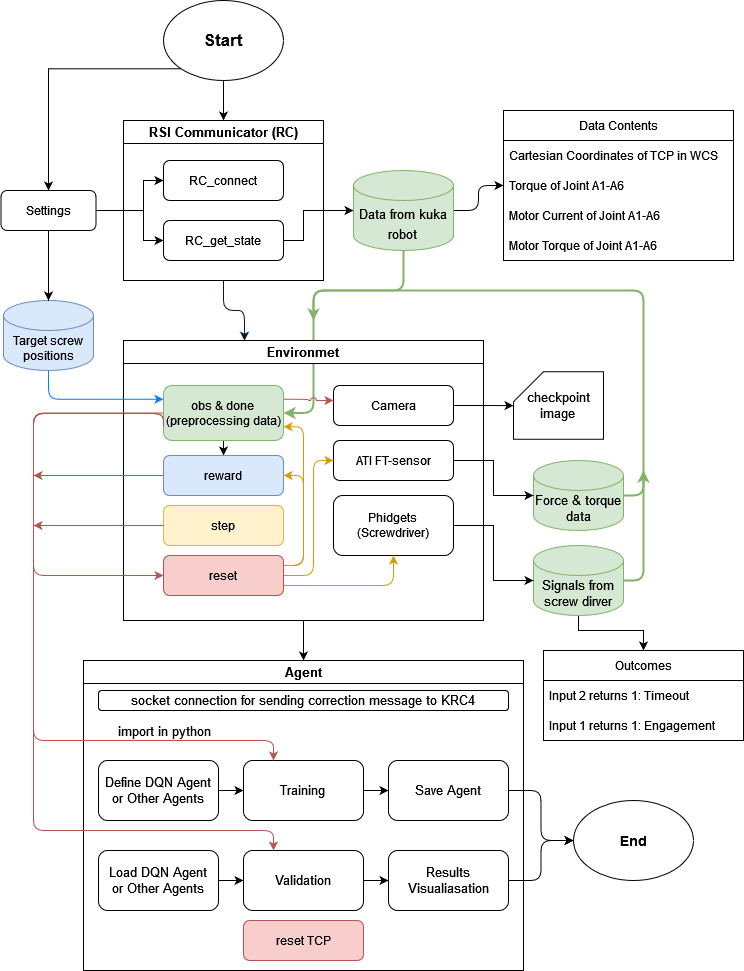
The draw.io diagram New_Worflow.png in TONiiV/flowcharts, before a commit. Source tidied: cells renumbered, new cells last; positions are measured from the earlier drawing's top-left corner, leaving out a move shared by most shapes.
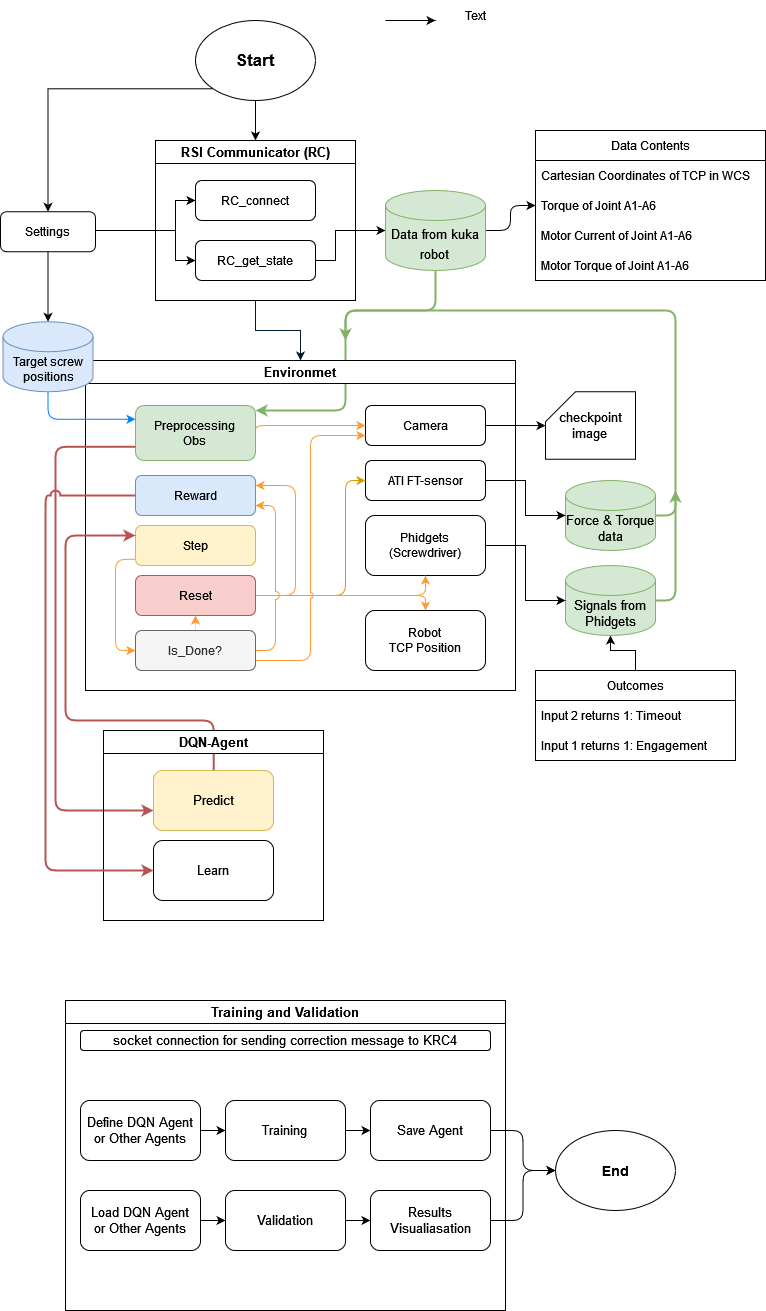
After the commit.

Diff of the diagram source:
```diff
@@ -27,3 +27,3 @@
     </mxCell>
-    <mxCell id="8" style="edgeStyle=orthogonalEdgeStyle;rounded=1;jettySize=auto;html=1;entryX=1;entryY=0.5;entryDx=0;entryDy=0;fontSize=13;fillColor=#d5e8d4;strokeColor=#82b366;strokeWidth=2;exitX=0.5;exitY=1;exitDx=0;exitDy=0;exitPerimeter=0;" parent="1" edge="1" source="10" target="19">
+    <mxCell id="8" style="edgeStyle=orthogonalEdgeStyle;rounded=1;jettySize=auto;html=1;fontSize=13;fillColor=#d5e8d4;strokeColor=#82b366;strokeWidth=2;exitX=0.5;exitY=1;exitDx=0;exitDy=0;exitPerimeter=0;" parent="1" edge="1" source="10" target="19">
       <mxGeometry relative="1" as="geometry">
@@ -32,3 +32,3 @@
           <mxPoint x="312" y="290" />
-          <mxPoint x="312" y="413" />
+          <mxPoint x="312" y="390" />
         </Array>
@@ -42,34 +42,18 @@
     </mxCell>
-    <mxCell id="11" style="edgeStyle=orthogonalEdgeStyle;rounded=0;jettySize=auto;html=1;fontSize=13;" parent="1" edge="1" source="12" target="34">
-      <mxGeometry relative="1" as="geometry" />
-    </mxCell>
     <mxCell id="12" value="Environmet" style="swimlane;fontSize=13;" parent="1" vertex="1">
-      <mxGeometry x="122" y="340" width="360" height="280" as="geometry" />
+      <mxGeometry x="52" y="340" width="430" height="330" as="geometry" />
     </mxCell>
     <mxCell id="13" value="Camera" style="rounded=1;whiteSpace=wrap;html=1;fontSize=12;glass=0;strokeWidth=1;shadow=0;" parent="12" vertex="1">
-      <mxGeometry x="210" y="45" width="120" height="40" as="geometry" />
+      <mxGeometry x="280" y="45" width="120" height="40" as="geometry" />
     </mxCell>
     <mxCell id="14" value="ATI FT-sensor" style="rounded=1;whiteSpace=wrap;html=1;fontSize=12;glass=0;strokeWidth=1;shadow=0;" parent="12" vertex="1">
-      <mxGeometry x="210" y="100" width="120" height="40" as="geometry" />
+      <mxGeometry x="280" y="100" width="120" height="40" as="geometry" />
     </mxCell>
     <mxCell id="15" value="&lt;div&gt;Phidgets &lt;br&gt;&lt;/div&gt;&lt;div&gt;(Screwdriver)&lt;/div&gt;" style="rounded=1;whiteSpace=wrap;html=1;fontSize=12;glass=0;strokeWidth=1;shadow=0;" parent="12" vertex="1">
-      <mxGeometry x="210" y="155" width="120" height="60" as="geometry" />
+      <mxGeometry x="280" y="155" width="120" height="60" as="geometry" />
     </mxCell>
-    <mxCell id="16" style="edgeStyle=orthogonalEdgeStyle;rounded=0;jettySize=auto;html=1;exitX=0.5;exitY=1;exitDx=0;exitDy=0;entryX=0.5;entryY=0;entryDx=0;entryDy=0;fontSize=13;strokeWidth=1;" parent="12" edge="1" source="19" target="20">
-      <mxGeometry relative="1" as="geometry" />
-    </mxCell>
-    <mxCell id="17" style="edgeStyle=orthogonalEdgeStyle;rounded=1;jettySize=auto;html=1;exitX=0;exitY=0.75;exitDx=0;exitDy=0;entryX=0;entryY=0.5;entryDx=0;entryDy=0;fontSize=14;strokeWidth=1;fillColor=#f8cecc;strokeColor=#b85450;" parent="12" edge="1" source="19" target="26">
-      <mxGeometry relative="1" as="geometry">
-        <Array as="points">
-          <mxPoint x="40" y="73" />
-          <mxPoint x="-90" y="73" />
-          <mxPoint x="-90" y="235" />
-        </Array>
-      </mxGeometry>
-    </mxCell>
-    <mxCell id="18" style="edgeStyle=orthogonalEdgeStyle;rounded=1;jettySize=auto;html=1;exitX=1;exitY=0.25;exitDx=0;exitDy=0;strokeColor=#b85450;fillColor=#f8cecc;jumpStyle=arc;" parent="12" edge="1" source="19" target="13">
+    <mxCell id="18" style="edgeStyle=orthogonalEdgeStyle;rounded=1;jumpStyle=arc;jumpSize=8;jettySize=auto;html=1;exitX=1;exitY=0.5;exitDx=0;exitDy=0;strokeColor=#FF9933;strokeWidth=1;" parent="12" edge="1" source="19" target="13">
       <mxGeometry relative="1" as="geometry">
         <Array as="points">
-          <mxPoint x="185" y="59" />
-          <mxPoint x="185" y="60" />
+          <mxPoint x="170" y="65" />
         </Array>
@@ -77,33 +61,75 @@
     </mxCell>
-    <mxCell id="19" value="&lt;div&gt;obs &amp;amp; done&lt;br&gt;&lt;/div&gt;&lt;div&gt;(preprocessing data)&lt;/div&gt;" style="rounded=1;whiteSpace=wrap;html=1;fontSize=12;glass=0;strokeWidth=1;shadow=0;fillColor=#d5e8d4;strokeColor=#82b366;" parent="12" vertex="1">
-      <mxGeometry x="40" y="45" width="120" height="55" as="geometry" />
+    <mxCell id="19" value="&lt;div&gt;Preprocessing &lt;br&gt;&lt;/div&gt;&lt;div&gt;Obs &lt;br&gt;&lt;/div&gt;" style="rounded=1;whiteSpace=wrap;html=1;fontSize=12;glass=0;strokeWidth=1;shadow=0;fillColor=#d5e8d4;strokeColor=#82b366;" parent="12" vertex="1">
+      <mxGeometry x="50" y="45" width="120" height="55" as="geometry" />
     </mxCell>
-    <mxCell id="20" value="reward" style="rounded=1;whiteSpace=wrap;html=1;fontSize=12;glass=0;strokeWidth=1;shadow=0;fillColor=#dae8fc;strokeColor=#6c8ebf;" parent="12" vertex="1">
-      <mxGeometry x="40" y="115" width="120" height="40" as="geometry" />
+    <mxCell id="20" value="Reward" style="rounded=1;whiteSpace=wrap;html=1;fontSize=12;glass=0;strokeWidth=1;shadow=0;fillColor=#dae8fc;strokeColor=#6c8ebf;" parent="12" vertex="1">
+      <mxGeometry x="50" y="115" width="120" height="40" as="geometry" />
     </mxCell>
+    <mxCell id="73" style="edgeStyle=orthogonalEdgeStyle;rounded=1;jettySize=auto;html=1;entryX=0;entryY=0.5;entryDx=0;entryDy=0;strokeColor=#FF9933;exitX=0.005;exitY=0.845;exitDx=0;exitDy=0;exitPerimeter=0;" parent="12" edge="1" source="21" target="78">
+      <mxGeometry relative="1" as="geometry" />
+    </mxCell>
-    <mxCell id="21" value="step" style="rounded=1;whiteSpace=wrap;html=1;fontSize=12;glass=0;strokeWidth=1;shadow=0;fillColor=#fff2cc;strokeColor=#d6b656;" parent="12" vertex="1">
-      <mxGeometry x="40" y="165" width="120" height="40" as="geometry" />
+    <mxCell id="21" value="Step" style="rounded=1;whiteSpace=wrap;html=1;fontSize=12;glass=0;strokeWidth=1;shadow=0;fillColor=#fff2cc;strokeColor=#d6b656;" parent="12" vertex="1">
+      <mxGeometry x="50" y="165" width="120" height="40" as="geometry" />
     </mxCell>
+    <mxCell id="24" style="edgeStyle=orthogonalEdgeStyle;rounded=1;jettySize=auto;html=1;exitX=1;exitY=0.5;exitDx=0;exitDy=0;entryX=0;entryY=0.5;entryDx=0;entryDy=0;fontSize=13;strokeWidth=1;fillColor=#ffe6cc;strokeColor=#d79b00;" parent="12" edge="1" source="26" target="14">
+      <mxGeometry relative="1" as="geometry">
+        <Array as="points">
+          <mxPoint x="260" y="235" />
+          <mxPoint x="260" y="120" />
+        </Array>
+      </mxGeometry>
+    </mxCell>
-    <mxCell id="22" style="edgeStyle=orthogonalEdgeStyle;rounded=1;jettySize=auto;html=1;exitX=1;exitY=0.25;exitDx=0;exitDy=0;entryX=1;entryY=0.5;entryDx=0;entryDy=0;fontSize=13;strokeWidth=1;fillColor=#ffe6cc;strokeColor=#d79b00;" parent="12" edge="1" source="26" target="20">
-      <mxGeometry relative="1" as="geometry" />
+    <mxCell id="22" style="edgeStyle=orthogonalEdgeStyle;rounded=1;jettySize=auto;html=1;exitX=1;exitY=0.5;exitDx=0;exitDy=0;entryX=1;entryY=0.25;entryDx=0;entryDy=0;strokeColor=#FF9933;" parent="12" edge="1" source="26" target="20">
+      <mxGeometry relative="1" as="geometry">
+        <Array as="points">
+          <mxPoint x="210" y="235" />
+          <mxPoint x="210" y="125" />
+        </Array>
+      </mxGeometry>
     </mxCell>
-    <mxCell id="23" style="edgeStyle=orthogonalEdgeStyle;rounded=1;jettySize=auto;html=1;exitX=1;exitY=0.75;exitDx=0;exitDy=0;entryX=0.5;entryY=1;entryDx=0;entryDy=0;fontSize=13;strokeWidth=1;fillColor=#ffe6cc;strokeColor=#d79b00;" parent="12" edge="1" source="26" target="15">
+    <mxCell id="23" style="edgeStyle=orthogonalEdgeStyle;rounded=1;jettySize=auto;html=1;exitX=1;exitY=0.5;exitDx=0;exitDy=0;entryX=0.5;entryY=1;entryDx=0;entryDy=0;strokeColor=#FF9933;" parent="12" edge="1" source="26" target="15">
       <mxGeometry relative="1" as="geometry" />
     </mxCell>
-    <mxCell id="24" style="edgeStyle=orthogonalEdgeStyle;rounded=1;jettySize=auto;html=1;exitX=1;exitY=0.5;exitDx=0;exitDy=0;entryX=0;entryY=0.5;entryDx=0;entryDy=0;fontSize=13;strokeWidth=1;fillColor=#ffe6cc;strokeColor=#d79b00;" parent="12" edge="1" source="26" target="14">
-      <mxGeometry relative="1" as="geometry">
-        <Array as="points">
-          <mxPoint x="190" y="235" />
-          <mxPoint x="190" y="120" />
-        </Array>
-      </mxGeometry>
-    </mxCell>
-    <mxCell id="25" style="edgeStyle=orthogonalEdgeStyle;rounded=1;jettySize=auto;html=1;exitX=1;exitY=0.25;exitDx=0;exitDy=0;entryX=1;entryY=0.75;entryDx=0;entryDy=0;strokeColor=#d79b00;fillColor=#ffe6cc;" parent="12" edge="1" source="26" target="19">
-      <mxGeometry relative="1" as="geometry" />
-    </mxCell>
+    <mxCell id="74" style="edgeStyle=orthogonalEdgeStyle;rounded=1;jettySize=auto;html=1;exitX=1;exitY=0.5;exitDx=0;exitDy=0;entryX=0.5;entryY=0;entryDx=0;entryDy=0;strokeColor=#FF9933;" parent="12" edge="1" source="26" target="79">
+      <mxGeometry relative="1" as="geometry">
+        <Array as="points">
+          <mxPoint x="340" y="235" />
+        </Array>
+      </mxGeometry>
+    </mxCell>
-    <mxCell id="26" value="reset" style="rounded=1;whiteSpace=wrap;html=1;fontSize=12;glass=0;strokeWidth=1;shadow=0;fillColor=#f8cecc;strokeColor=#b85450;" parent="12" vertex="1">
-      <mxGeometry x="40" y="215" width="120" height="40" as="geometry" />
+    <mxCell id="26" value="Reset" style="rounded=1;whiteSpace=wrap;html=1;fontSize=12;glass=0;strokeWidth=1;shadow=0;fillColor=#f8cecc;strokeColor=#b85450;" parent="12" vertex="1">
+      <mxGeometry x="50" y="215" width="120" height="40" as="geometry" />
     </mxCell>
+    <mxCell id="75" style="edgeStyle=orthogonalEdgeStyle;rounded=1;jettySize=auto;html=1;exitX=1;exitY=0.75;exitDx=0;exitDy=0;entryX=0;entryY=0.75;entryDx=0;entryDy=0;strokeColor=#FF9933;jumpStyle=arc;" parent="12" edge="1" source="78" target="13">
+      <mxGeometry relative="1" as="geometry">
+        <Array as="points">
+          <mxPoint x="225" y="300" />
+          <mxPoint x="225" y="75" />
+        </Array>
+      </mxGeometry>
+    </mxCell>
+    <mxCell id="76" style="edgeStyle=orthogonalEdgeStyle;rounded=1;jettySize=auto;html=1;exitX=0.5;exitY=0;exitDx=0;exitDy=0;entryX=0.5;entryY=1;entryDx=0;entryDy=0;strokeColor=#FF9933;dashed=1;dashPattern=1 2;" parent="12" edge="1" source="78" target="26">
+      <mxGeometry relative="1" as="geometry" />
+    </mxCell>
+    <mxCell id="77" style="edgeStyle=orthogonalEdgeStyle;rounded=1;jumpStyle=arc;jumpSize=8;jettySize=auto;html=1;exitX=1;exitY=0.5;exitDx=0;exitDy=0;entryX=1;entryY=0.75;entryDx=0;entryDy=0;strokeColor=#FF9933;" parent="12" edge="1" source="78" target="20">
+      <mxGeometry relative="1" as="geometry">
+        <Array as="points">
+          <mxPoint x="190" y="290" />
+          <mxPoint x="190" y="145" />
+        </Array>
+      </mxGeometry>
+    </mxCell>
+    <mxCell id="78" value="Is_Done?" style="rounded=1;whiteSpace=wrap;html=1;fontSize=12;glass=0;strokeWidth=1;shadow=0;fillColor=#f5f5f5;strokeColor=#666666;fontColor=#333333;" parent="12" vertex="1">
+      <mxGeometry x="50" y="270" width="120" height="40" as="geometry" />
+    </mxCell>
+    <mxCell id="79" value="&lt;div&gt;Robot&lt;/div&gt;&lt;div&gt;TCP Position&lt;br&gt;&lt;/div&gt;" style="rounded=1;whiteSpace=wrap;html=1;fontSize=12;glass=0;strokeWidth=1;shadow=0;" parent="12" vertex="1">
+      <mxGeometry x="280" y="250" width="120" height="60" as="geometry" />
+    </mxCell>
-    <mxCell id="27" style="edgeStyle=orthogonalEdgeStyle;rounded=1;jumpStyle=arc;jettySize=auto;html=1;exitX=0.5;exitY=1;exitDx=0;exitDy=0;entryX=0.336;entryY=0.001;entryDx=0;entryDy=0;entryPerimeter=0;strokeColor=#001933;" parent="1" edge="1" source="28" target="12">
-      <mxGeometry relative="1" as="geometry" />
+    <mxCell id="27" style="edgeStyle=orthogonalEdgeStyle;rounded=0;jumpStyle=arc;jettySize=auto;html=1;exitX=0.5;exitY=1;exitDx=0;exitDy=0;entryX=0.5;entryY=0;entryDx=0;entryDy=0;strokeColor=#001933;" parent="1" edge="1" source="28" target="12">
+      <mxGeometry relative="1" as="geometry">
+        <Array as="points">
+          <mxPoint x="222" y="310" />
+          <mxPoint x="267" y="310" />
+        </Array>
+      </mxGeometry>
     </mxCell>
@@ -123,3 +149,3 @@
     </mxCell>
-    <mxCell id="30" value="Force &amp;amp; torque data" style="shape=cylinder3;whiteSpace=wrap;html=1;boundedLbl=1;backgroundOutline=1;size=15;fontSize=13;fillColor=#d5e8d4;strokeColor=#82b366;" parent="1" vertex="1">
+    <mxCell id="30" value="Force &amp;amp; Torque data" style="shape=cylinder3;whiteSpace=wrap;html=1;boundedLbl=1;backgroundOutline=1;size=15;fontSize=13;fillColor=#d5e8d4;strokeColor=#82b366;" parent="1" vertex="1">
       <mxGeometry x="532" y="460" width="90" height="70" as="geometry" />
@@ -135,4 +161,4 @@
     </mxCell>
-    <mxCell id="34" value="Agent" style="swimlane;fontSize=13;" parent="1" vertex="1">
-      <mxGeometry x="82" y="660" width="440" height="310" as="geometry" />
+    <mxCell id="34" value="Training and Validation" style="swimlane;fontSize=13;" parent="1" vertex="1">
+      <mxGeometry x="32" y="980" width="440" height="310" as="geometry" />
     </mxCell>
@@ -171,41 +197,4 @@
     </mxCell>
-    <mxCell id="46" value="reset TCP" style="rounded=1;whiteSpace=wrap;html=1;fontSize=12;glass=0;strokeWidth=1;shadow=0;fillColor=#f8cecc;strokeColor=#b85450;" parent="34" vertex="1">
-      <mxGeometry x="160" y="260" width="120" height="40" as="geometry" />
-    </mxCell>
-    <mxCell id="47" style="edgeStyle=orthogonalEdgeStyle;rounded=1;jettySize=auto;html=1;exitX=0;exitY=0.5;exitDx=0;exitDy=0;entryX=0.25;entryY=0;entryDx=0;entryDy=0;fontSize=13;strokeWidth=1;fillColor=#f8cecc;strokeColor=#b85450;" parent="1" edge="1" source="19" target="38">
-      <mxGeometry relative="1" as="geometry">
-        <Array as="points">
-          <mxPoint x="32" y="413" />
-          <mxPoint x="32" y="740" />
-          <mxPoint x="272" y="740" />
-        </Array>
-      </mxGeometry>
-    </mxCell>
-    <mxCell id="48" value="import in python " style="edgeLabel;html=1;align=center;verticalAlign=middle;fontSize=13;" parent="47" vertex="1">
-      <mxGeometry x="-0.74" y="4" relative="1" as="geometry">
-        <mxPoint x="95" y="314" as="offset" />
-      </mxGeometry>
-    </mxCell>
-    <mxCell id="49" style="edgeStyle=orthogonalEdgeStyle;rounded=1;jettySize=auto;html=1;fontSize=13;strokeWidth=1;fillColor=#f8cecc;strokeColor=#b85450;" parent="1" edge="1" source="20">
-      <mxGeometry relative="1" as="geometry">
-        <mxPoint x="32" y="475" as="targetPoint" />
-      </mxGeometry>
-    </mxCell>
-    <mxCell id="50" style="edgeStyle=orthogonalEdgeStyle;rounded=1;jettySize=auto;html=1;exitX=0;exitY=0.5;exitDx=0;exitDy=0;fontSize=13;strokeWidth=1;fillColor=#f8cecc;strokeColor=#b85450;" parent="1" edge="1" source="21">
-      <mxGeometry relative="1" as="geometry">
-        <mxPoint x="32" y="525" as="targetPoint" />
-      </mxGeometry>
-    </mxCell>
-    <mxCell id="51" style="edgeStyle=orthogonalEdgeStyle;rounded=1;jettySize=auto;html=1;exitX=0;exitY=0.75;exitDx=0;exitDy=0;entryX=0.25;entryY=0;entryDx=0;entryDy=0;fontSize=13;strokeWidth=1;fillColor=#f8cecc;strokeColor=#b85450;" parent="1" edge="1" source="19" target="44">
-      <mxGeometry relative="1" as="geometry">
-        <Array as="points">
-          <mxPoint x="162" y="413" />
-          <mxPoint x="32" y="413" />
-          <mxPoint x="32" y="830" />
-          <mxPoint x="272" y="830" />
-        </Array>
-      </mxGeometry>
-    </mxCell>
     <mxCell id="52" value="&lt;b&gt;&lt;font style=&quot;font-size: 14px&quot;&gt;End&lt;/font&gt;&lt;/b&gt;" style="ellipse;whiteSpace=wrap;html=1;" parent="1" vertex="1">
-      <mxGeometry x="572" y="800" width="120" height="80" as="geometry" />
+      <mxGeometry x="522" y="1110" width="120" height="80" as="geometry" />
     </mxCell>
@@ -236,3 +225,3 @@
     <mxCell id="61" value="Target screw positions" style="shape=cylinder3;whiteSpace=wrap;html=1;boundedLbl=1;backgroundOutline=1;size=15;fillColor=#dae8fc;strokeColor=#6c8ebf;" parent="1" vertex="1">
-      <mxGeometry x="2" y="300" width="90" height="70" as="geometry" />
+      <mxGeometry x="-30.5" y="301.2" width="90" height="70" as="geometry" />
     </mxCell>
@@ -243,7 +232,7 @@
     </mxCell>
-    <mxCell id="63" style="edgeStyle=orthogonalEdgeStyle;rounded=0;jettySize=auto;html=1;exitX=0.5;exitY=1;exitDx=0;exitDy=0;exitPerimeter=0;strokeWidth=1;" parent="1" edge="1" source="64" target="66">
+    <mxCell id="63" style="edgeStyle=orthogonalEdgeStyle;rounded=0;jettySize=auto;html=1;exitX=0.5;exitY=0;exitDx=0;exitDy=0;strokeWidth=1;entryX=0.5;entryY=1;entryDx=0;entryDy=0;entryPerimeter=0;" parent="1" edge="1" source="66" target="64">
       <mxGeometry relative="1" as="geometry">
         <Array as="points">
+          <mxPoint x="602" y="630" />
           <mxPoint x="577" y="630" />
-          <mxPoint x="642" y="630" />
         </Array>
@@ -251,3 +240,3 @@
     </mxCell>
-    <mxCell id="64" value="Signals from screw dirver" style="shape=cylinder3;whiteSpace=wrap;html=1;boundedLbl=1;backgroundOutline=1;size=15;fontSize=13;fillColor=#d5e8d4;strokeColor=#82b366;" parent="1" vertex="1">
+    <mxCell id="64" value="Signals from Phidgets" style="shape=cylinder3;whiteSpace=wrap;html=1;boundedLbl=1;backgroundOutline=1;size=15;fontSize=13;fillColor=#d5e8d4;strokeColor=#82b366;" parent="1" vertex="1">
       <mxGeometry x="532" y="545" width="90" height="70" as="geometry" />
@@ -258,3 +247,3 @@
     <mxCell id="66" value="Outcomes" style="swimlane;fontStyle=0;horizontal=1;startSize=30;fontSize=12;" parent="1" vertex="1">
-      <mxGeometry x="542" y="650" width="200" height="90" as="geometry" />
+      <mxGeometry x="502" y="650" width="200" height="90" as="geometry" />
     </mxCell>
@@ -286,4 +275,51 @@
     <mxCell id="72" value="Settings" style="rounded=1;whiteSpace=wrap;html=1;" parent="1" vertex="1">
-      <mxGeometry x="-0.5" y="190" width="95" height="40" as="geometry" />
+      <mxGeometry x="-33" y="191.2" width="95" height="40" as="geometry" />
     </mxCell>
+    <mxCell id="80" style="edgeStyle=orthogonalEdgeStyle;rounded=1;jumpStyle=arc;jumpSize=8;jettySize=auto;html=1;exitX=0;exitY=0.75;exitDx=0;exitDy=0;strokeColor=#b85450;fillColor=#f8cecc;strokeWidth=2;" parent="1" edge="1" source="19" target="83">
+      <mxGeometry relative="1" as="geometry">
+        <Array as="points">
+          <mxPoint x="22" y="426" />
+          <mxPoint x="22" y="790" />
+        </Array>
+      </mxGeometry>
+    </mxCell>
+    <mxCell id="81" style="edgeStyle=orthogonalEdgeStyle;rounded=1;jumpStyle=arc;jumpSize=8;jettySize=auto;html=1;exitX=0.502;exitY=0.024;exitDx=0;exitDy=0;entryX=0;entryY=0.25;entryDx=0;entryDy=0;strokeColor=#b85450;strokeWidth=2;fillColor=#f8cecc;exitPerimeter=0;" parent="1" edge="1" source="83" target="21">
+      <mxGeometry relative="1" as="geometry">
+        <Array as="points">
+          <mxPoint x="180" y="700" />
+          <mxPoint x="32" y="700" />
+          <mxPoint x="32" y="515" />
+        </Array>
+      </mxGeometry>
+    </mxCell>
+    <mxCell id="82" value="DQN-Agent" style="swimlane;fontSize=13;" parent="1" vertex="1">
+      <mxGeometry x="70" y="710" width="220" height="190" as="geometry" />
+    </mxCell>
+    <mxCell id="83" value="Predict" style="rounded=1;whiteSpace=wrap;html=1;fontSize=13;fillColor=#fff2cc;strokeColor=#d6b656;" parent="82" vertex="1">
+      <mxGeometry x="50" y="40" width="120" height="60" as="geometry" />
+    </mxCell>
+    <mxCell id="84" value="Learn" style="rounded=1;whiteSpace=wrap;html=1;fontSize=13;" parent="82" vertex="1">
+      <mxGeometry x="50" y="110" width="120" height="60" as="geometry" />
+    </mxCell>
+    <mxCell id="85" style="edgeStyle=orthogonalEdgeStyle;rounded=1;jumpStyle=arc;jumpSize=8;jettySize=auto;html=1;exitX=0;exitY=0.5;exitDx=0;exitDy=0;entryX=0;entryY=0.5;entryDx=0;entryDy=0;strokeColor=#b85450;strokeWidth=2;fillColor=#f8cecc;" parent="1" edge="1" source="20" target="84">
+      <mxGeometry relative="1" as="geometry">
+        <Array as="points">
+          <mxPoint x="12" y="475" />
+          <mxPoint x="12" y="850" />
+        </Array>
+      </mxGeometry>
+    </mxCell>
+    <mxCell id="86" style="edgeStyle=orthogonalEdgeStyle;rounded=0;orthogonalLoop=1;jettySize=auto;html=1;fontSize=13;" parent="1" edge="1">
+      <mxGeometry relative="1" as="geometry">
+        <mxPoint x="372" as="sourcePoint" />
+        <mxPoint x="402" as="targetPoint" />
+        <Array as="points">
+          <mxPoint x="352" />
+          <mxPoint x="352" />
+        </Array>
+      </mxGeometry>
+    </mxCell>
+    <mxCell id="87" value="Text" style="text;html=1;strokeColor=none;fillColor=none;align=center;verticalAlign=middle;whiteSpace=wrap;rounded=0;" parent="1" vertex="1">
+      <mxGeometry x="412" y="-20" width="60" height="30" as="geometry" />
+    </mxCell>
   </root>
```
